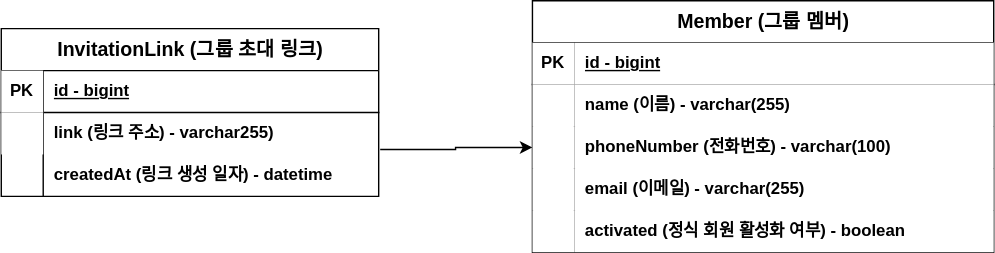
Before: invitation-erd.svg, a diagram exported from draw.io (Jonggae/group-invitation). Source tidied: cells renumbered, new cells last; positions are measured from the earlier drawing's top-left corner, leaving out a move shared by most shapes.
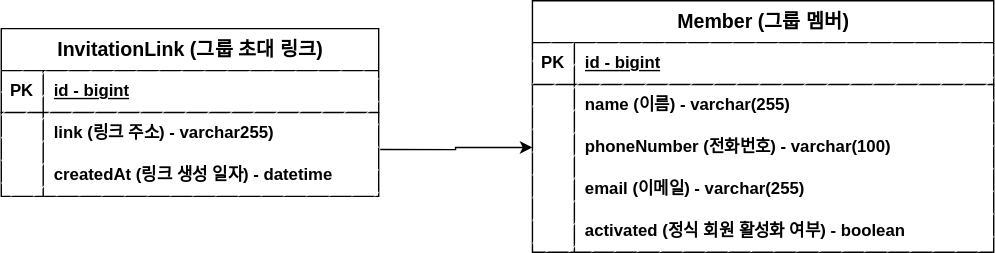
Later version of the same file.

Diff of the diagram source:
```diff
@@ -5,34 +5,34 @@
     <mxCell id="2" style="edgeStyle=orthogonalEdgeStyle;rounded=0;jettySize=auto;html=1;entryX=0;entryY=0.5;entryDx=0;entryDy=0;exitX=1.004;exitY=-0.117;exitDx=0;exitDy=0;exitPerimeter=0;" parent="1" edge="1" source="10" target="20">
       <mxGeometry relative="1" as="geometry" />
     </mxCell>
-    <mxCell id="3" value="&lt;font style=&quot;font-size: 14px;&quot;&gt;InvitationLink (그룹 초대 링크)&lt;/font&gt;" style="shape=table;startSize=30;rowLines=0;fontStyle=1;align=center;html=1;" parent="1" vertex="1">
+    <mxCell id="3" value="&lt;font style=&quot;font-size: 14px;&quot;&gt;InvitationLink (그룹 초대 링크)&lt;/font&gt;" style="shape=table;startSize=30;rowLines=0;fontStyle=1;align=center;html=1;fillStyle=solid;" parent="1" vertex="1">
       <mxGeometry y="20" width="270" height="120" as="geometry" />
     </mxCell>
     <mxCell id="4" style="shape=tableRow;horizontal=0;startSize=0;swimlaneHead=0;swimlaneBody=0;fillColor=none;top=0;left=0;right=0;bottom=1;" parent="3" vertex="1">
       <mxGeometry y="30" width="270" height="30" as="geometry" />
     </mxCell>
-    <mxCell id="5" value="PK" style="shape=partialRectangle;fillColor=default;top=0;left=0;bottom=0;right=0;fontStyle=1;overflow=hidden;whiteSpace=wrap;html=1;" parent="4" vertex="1">
+    <mxCell id="5" value="PK" style="shape=partialRectangle;fillColor=default;top=0;left=0;bottom=0;right=0;fontStyle=1;overflow=hidden;whiteSpace=wrap;html=1;fillStyle=hatch;" parent="4" vertex="1">
       <mxGeometry width="30" height="30" as="geometry" />
     </mxCell>
-    <mxCell id="6" value="id - bigint" style="shape=partialRectangle;fillColor=none;top=0;left=0;bottom=0;right=0;align=left;spacingLeft=6;fontStyle=5;overflow=hidden;whiteSpace=wrap;html=1;" parent="4" vertex="1">
+    <mxCell id="6" value="id - bigint" style="shape=partialRectangle;fillColor=default;top=0;left=0;bottom=0;right=0;align=left;spacingLeft=6;fontStyle=5;overflow=hidden;whiteSpace=wrap;html=1;fillStyle=hatch;" parent="4" vertex="1">
       <mxGeometry x="30" width="240" height="30" as="geometry" />
     </mxCell>
     <mxCell id="7" style="shape=tableRow;horizontal=0;startSize=0;swimlaneHead=0;swimlaneBody=0;fillColor=none;top=0;left=0;right=0;bottom=0;" parent="3" vertex="1">
       <mxGeometry y="60" width="270" height="30" as="geometry" />
     </mxCell>
-    <mxCell id="8" style="shape=partialRectangle;fillColor=default;top=0;left=0;bottom=0;right=0;overflow=hidden;whiteSpace=wrap;html=1;" parent="7" vertex="1">
+    <mxCell id="8" style="shape=partialRectangle;fillColor=default;top=0;left=0;bottom=0;right=0;overflow=hidden;whiteSpace=wrap;html=1;fillStyle=hatch;" parent="7" vertex="1">
       <mxGeometry width="30" height="30" as="geometry" />
     </mxCell>
-    <mxCell id="9" value="link (링크 주소) - varchar255)" style="shape=partialRectangle;fillColor=none;top=0;left=0;bottom=0;right=0;align=left;spacingLeft=6;overflow=hidden;whiteSpace=wrap;html=1;fontStyle=1;" parent="7" vertex="1">
+    <mxCell id="9" value="link (링크 주소) - varchar255)" style="shape=partialRectangle;fillColor=default;top=0;left=0;bottom=0;right=0;align=left;spacingLeft=6;overflow=hidden;whiteSpace=wrap;html=1;fontStyle=1;fillStyle=hatch;" parent="7" vertex="1">
       <mxGeometry x="30" width="240" height="30" as="geometry" />
     </mxCell>
     <mxCell id="10" style="shape=tableRow;horizontal=0;startSize=0;swimlaneHead=0;swimlaneBody=0;fillColor=none;points=[[0,0.5],[1,0.5]];portConstraint=eastwest;top=0;left=0;right=0;bottom=0;" parent="3" vertex="1">
       <mxGeometry y="90" width="270" height="30" as="geometry" />
     </mxCell>
-    <mxCell id="11" style="shape=partialRectangle;fillColor=none;top=0;left=0;bottom=0;right=0;overflow=hidden;whiteSpace=wrap;html=1;" parent="10" vertex="1">
+    <mxCell id="11" style="shape=partialRectangle;fillColor=default;top=0;left=0;bottom=0;right=0;overflow=hidden;whiteSpace=wrap;html=1;fillStyle=hatch;" parent="10" vertex="1">
       <mxGeometry width="30" height="30" as="geometry" />
     </mxCell>
-    <mxCell id="12" value="createdAt (링크 생성 일자) - datetime" style="shape=partialRectangle;fillColor=none;top=0;left=0;bottom=0;right=0;align=left;spacingLeft=6;overflow=hidden;whiteSpace=wrap;html=1;fontStyle=1;" parent="10" vertex="1">
+    <mxCell id="12" value="createdAt (링크 생성 일자) - datetime" style="shape=partialRectangle;fillColor=default;top=0;left=0;bottom=0;right=0;align=left;spacingLeft=6;overflow=hidden;whiteSpace=wrap;html=1;fontStyle=1;fillStyle=hatch;" parent="10" vertex="1">
       <mxGeometry x="30" width="240" height="30" as="geometry" />
     </mxCell>
     <mxCell id="13" value="&lt;font style=&quot;font-size: 14px;&quot;&gt;Member (그룹 멤버)&lt;/font&gt;" style="shape=table;startSize=30;rowLines=0;fontStyle=1;align=center;html=1;" parent="1" vertex="1">
@@ -41,46 +41,46 @@
     <mxCell id="14" style="shape=tableRow;horizontal=0;startSize=0;swimlaneHead=0;swimlaneBody=0;fillColor=none;top=0;left=0;right=0;bottom=1;" parent="13" vertex="1">
       <mxGeometry y="30" width="330" height="30" as="geometry" />
     </mxCell>
-    <mxCell id="15" value="PK" style="shape=partialRectangle;fillColor=default;top=0;left=0;bottom=0;right=0;fontStyle=1;overflow=hidden;whiteSpace=wrap;html=1;" parent="14" vertex="1">
+    <mxCell id="15" value="PK" style="shape=partialRectangle;fillColor=default;top=0;left=0;bottom=0;right=0;fontStyle=1;overflow=hidden;whiteSpace=wrap;html=1;fillStyle=hatch;" parent="14" vertex="1">
       <mxGeometry width="30" height="30" as="geometry" />
     </mxCell>
-    <mxCell id="16" value="id - bigint" style="shape=partialRectangle;fillColor=default;top=0;left=0;bottom=0;right=0;align=left;spacingLeft=6;fontStyle=5;overflow=hidden;whiteSpace=wrap;html=1;" parent="14" vertex="1">
+    <mxCell id="16" value="id - bigint" style="shape=partialRectangle;fillColor=default;top=0;left=0;bottom=0;right=0;align=left;spacingLeft=6;fontStyle=5;overflow=hidden;whiteSpace=wrap;html=1;fillStyle=hatch;" parent="14" vertex="1">
       <mxGeometry x="30" width="300" height="30" as="geometry" />
     </mxCell>
     <mxCell id="17" style="shape=tableRow;horizontal=0;startSize=0;swimlaneHead=0;swimlaneBody=0;fillColor=none;top=0;left=0;right=0;bottom=0;" parent="13" vertex="1">
       <mxGeometry y="60" width="330" height="30" as="geometry" />
     </mxCell>
-    <mxCell id="18" style="shape=partialRectangle;fillColor=default;top=0;left=0;bottom=0;right=0;overflow=hidden;whiteSpace=wrap;html=1;" parent="17" vertex="1">
+    <mxCell id="18" style="shape=partialRectangle;fillColor=default;top=0;left=0;bottom=0;right=0;overflow=hidden;whiteSpace=wrap;html=1;fillStyle=hatch;" parent="17" vertex="1">
       <mxGeometry width="30" height="30" as="geometry" />
     </mxCell>
-    <mxCell id="19" value="name (이름) - varchar(255)" style="shape=partialRectangle;fillColor=default;top=0;left=0;bottom=0;right=0;align=left;spacingLeft=6;overflow=hidden;whiteSpace=wrap;html=1;fontStyle=1;" parent="17" vertex="1">
+    <mxCell id="19" value="name (이름) - varchar(255)" style="shape=partialRectangle;fillColor=default;top=0;left=0;bottom=0;right=0;align=left;spacingLeft=6;overflow=hidden;whiteSpace=wrap;html=1;fontStyle=1;fillStyle=hatch;" parent="17" vertex="1">
       <mxGeometry x="30" width="300" height="30" as="geometry" />
     </mxCell>
     <mxCell id="20" style="shape=tableRow;horizontal=0;startSize=0;swimlaneHead=0;swimlaneBody=0;fillColor=none;points=[[0,0.5],[1,0.5]];portConstraint=eastwest;top=0;left=0;right=0;bottom=0;" parent="13" vertex="1">
       <mxGeometry y="90" width="330" height="30" as="geometry" />
     </mxCell>
-    <mxCell id="21" style="shape=partialRectangle;fillColor=default;top=0;left=0;bottom=0;right=0;overflow=hidden;whiteSpace=wrap;html=1;" parent="20" vertex="1">
+    <mxCell id="21" style="shape=partialRectangle;fillColor=default;top=0;left=0;bottom=0;right=0;overflow=hidden;whiteSpace=wrap;html=1;fillStyle=hatch;" parent="20" vertex="1">
       <mxGeometry width="30" height="30" as="geometry" />
     </mxCell>
-    <mxCell id="22" value="&lt;b&gt;phoneNumber (전화번호) - varchar(100)&lt;/b&gt;" style="shape=partialRectangle;fillColor=default;top=0;left=0;bottom=0;right=0;align=left;spacingLeft=6;overflow=hidden;whiteSpace=wrap;html=1;" parent="20" vertex="1">
+    <mxCell id="22" value="&lt;b&gt;phoneNumber (전화번호) - varchar(100)&lt;/b&gt;" style="shape=partialRectangle;fillColor=default;top=0;left=0;bottom=0;right=0;align=left;spacingLeft=6;overflow=hidden;whiteSpace=wrap;html=1;fillStyle=hatch;" parent="20" vertex="1">
       <mxGeometry x="30" width="300" height="30" as="geometry" />
     </mxCell>
     <mxCell id="23" style="shape=tableRow;horizontal=0;startSize=0;swimlaneHead=0;swimlaneBody=0;fillColor=none;top=0;left=0;right=0;bottom=0;" parent="13" vertex="1">
       <mxGeometry y="120" width="330" height="30" as="geometry" />
     </mxCell>
-    <mxCell id="24" style="shape=partialRectangle;fillColor=default;top=0;left=0;bottom=0;right=0;overflow=hidden;whiteSpace=wrap;html=1;" parent="23" vertex="1">
+    <mxCell id="24" style="shape=partialRectangle;fillColor=default;top=0;left=0;bottom=0;right=0;overflow=hidden;whiteSpace=wrap;html=1;fillStyle=hatch;" parent="23" vertex="1">
       <mxGeometry width="30" height="30" as="geometry" />
     </mxCell>
-    <mxCell id="25" value="email (이메일) - varchar(255)" style="shape=partialRectangle;fillColor=default;top=0;left=0;bottom=0;right=0;align=left;spacingLeft=6;overflow=hidden;whiteSpace=wrap;html=1;fontStyle=1;" parent="23" vertex="1">
+    <mxCell id="25" value="email (이메일) - varchar(255)" style="shape=partialRectangle;fillColor=default;top=0;left=0;bottom=0;right=0;align=left;spacingLeft=6;overflow=hidden;whiteSpace=wrap;html=1;fontStyle=1;fillStyle=hatch;" parent="23" vertex="1">
       <mxGeometry x="30" width="300" height="30" as="geometry" />
     </mxCell>
     <mxCell id="26" style="shape=tableRow;horizontal=0;startSize=0;swimlaneHead=0;swimlaneBody=0;fillColor=none;top=0;left=0;right=0;bottom=0;" parent="13" vertex="1">
       <mxGeometry y="150" width="330" height="30" as="geometry" />
     </mxCell>
-    <mxCell id="27" style="shape=partialRectangle;fillColor=default;top=0;left=0;bottom=0;right=0;overflow=hidden;whiteSpace=wrap;html=1;" parent="26" vertex="1">
+    <mxCell id="27" style="shape=partialRectangle;fillColor=default;top=0;left=0;bottom=0;right=0;overflow=hidden;whiteSpace=wrap;html=1;fillStyle=hatch;" parent="26" vertex="1">
       <mxGeometry width="30" height="30" as="geometry" />
     </mxCell>
-    <mxCell id="28" value="activated (정식 회원 활성화 여부) - boolean" style="shape=partialRectangle;fillColor=default;top=0;left=0;bottom=0;right=0;align=left;spacingLeft=6;overflow=hidden;whiteSpace=wrap;html=1;fontStyle=1;" parent="26" vertex="1">
+    <mxCell id="28" value="activated (정식 회원 활성화 여부) - boolean" style="shape=partialRectangle;fillColor=default;top=0;left=0;bottom=0;right=0;align=left;spacingLeft=6;overflow=hidden;whiteSpace=wrap;html=1;fontStyle=1;fillStyle=hatch;" parent="26" vertex="1">
       <mxGeometry x="30" width="300" height="30" as="geometry" />
     </mxCell>
   </root>
```
